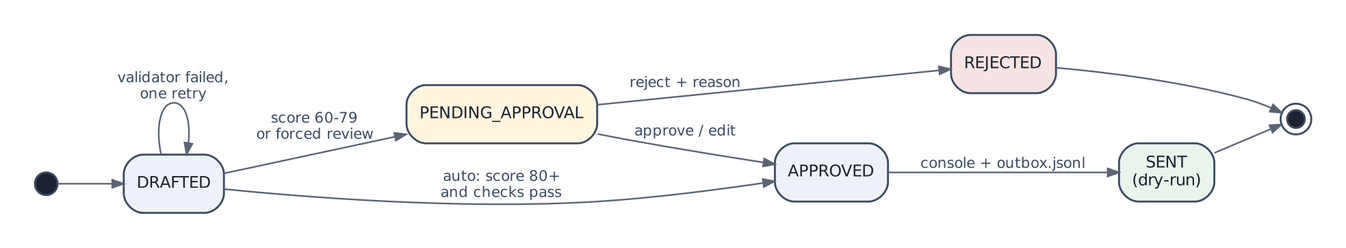
Earlier version of the Graphviz export docs/diagrams/message_lifecycle.png (OzShwartz/Scylla-Hunter-POC). Its source is kept beside it as docs/diagrams/message_lifecycle.dot.
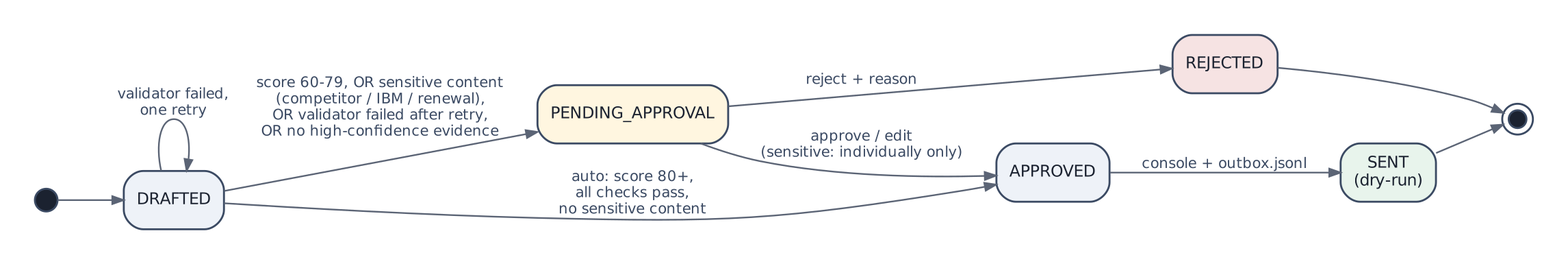
After the change.

Commit message:
Step 1: replace infra_poc, message_lifecycle, erd diagrams

Change to the diagram source:
```diff
@@ -1,12 +1,12 @@
-digraph G { rankdir=LR;   graph [fontname="DejaVu Sans", fontsize=11, bgcolor="white", pad=0.3, nodesep=0.45, ranksep=0.55];
+digraph G { rankdir=LR; graph [fontname="DejaVu Sans", fontsize=11, bgcolor="white", pad=0.3, nodesep=0.45, ranksep=0.55];
   node  [fontname="DejaVu Sans", fontsize=10, color="#3b4a63", fontcolor="#1b2230", penwidth=1.2];
   edge  [fontname="DejaVu Sans", fontsize=9, color="#5b6475", fontcolor="#3b4a63", arrowsize=0.7];
   node [shape=box, style="rounded,filled", fillcolor="#eef2f8"];
   start [shape=circle, label="", width=0.2, fillcolor="#1b2230"]; end [shape=doublecircle, label="", width=0.15, fillcolor="#1b2230"];
   PEND [label="PENDING_APPROVAL", fillcolor="#fff6e0"]; REJ [label="REJECTED", fillcolor="#f6e3e3"]; SENT [label="SENT\n(dry-run)", fillcolor="#e8f4ec"];
   start -> DRAFTED; DRAFTED -> DRAFTED [label="validator failed,\none retry"];
-  DRAFTED -> APPROVED [label="auto: score 80+\nand checks pass"];
-  DRAFTED -> PEND [label="score 60-79\nor forced review"];
-  PEND -> APPROVED [label="approve / edit"]; PEND -> REJ [label="reject + reason"];
+  DRAFTED -> APPROVED [label="auto: score 80+,\nall checks pass,\nno sensitive content"];
+  DRAFTED -> PEND [label="score 60-79, OR sensitive content\n(competitor / IBM / renewal),\nOR validator failed after retry,\nOR no high-confidence evidence"];
+  PEND -> APPROVED [label="approve / edit\n(sensitive: individually only)"]; PEND -> REJ [label="reject + reason"];
   APPROVED -> SENT [label="console + outbox.jsonl"]; SENT -> end; REJ -> end;
 }
```
